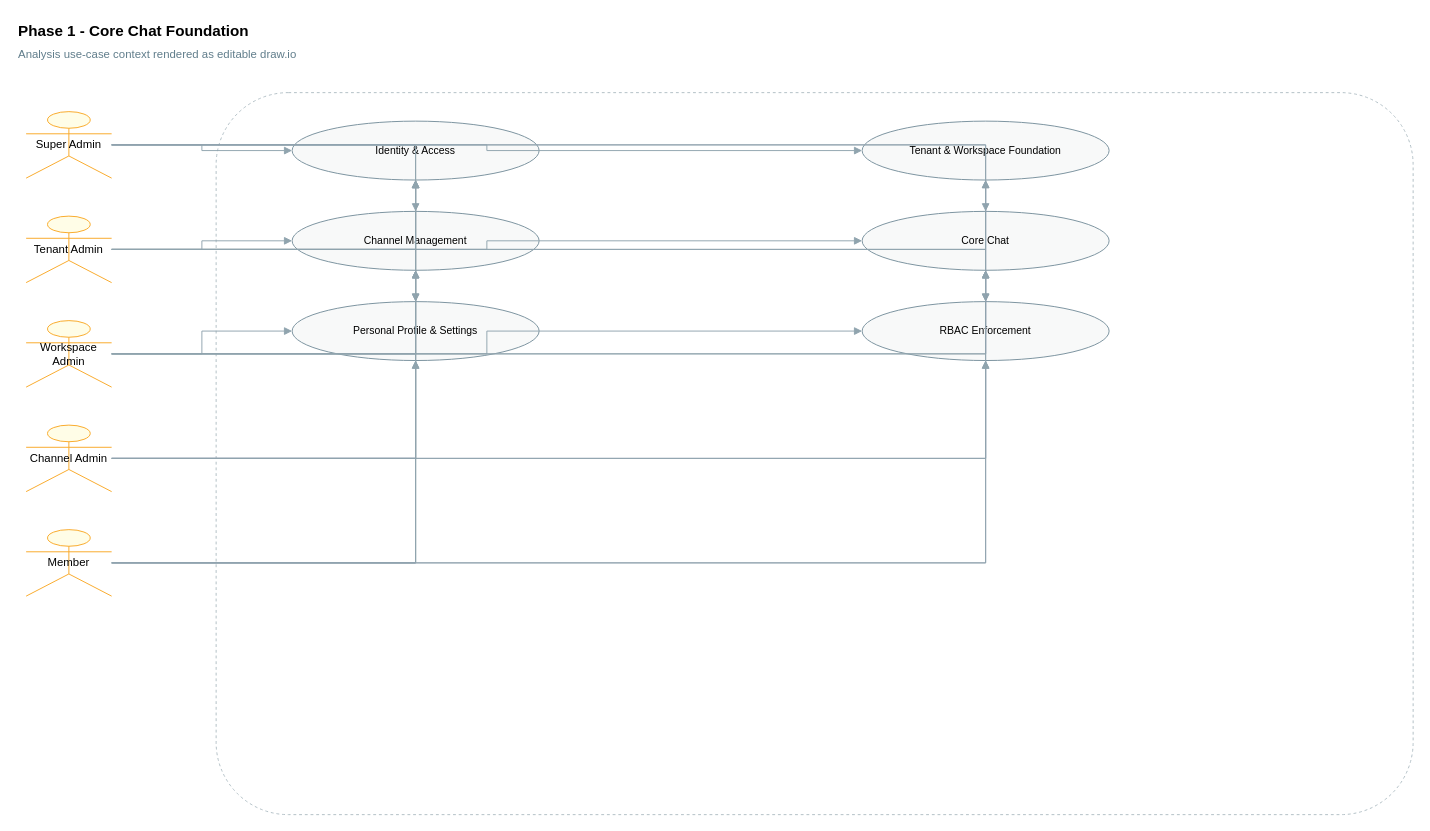
This is docs/analysis/usecase/00_context.drawio from NFMU/app-design, a draw.io file, before an edit. Source tidied: cells renumbered, new cells numbered last; positions are measured from the earlier drawing's top-left corner, leaving out a move shared by most shapes. Both pictures are drawn from the tidied source at 95%, with x=0, y=0 at pixel (16, 16).
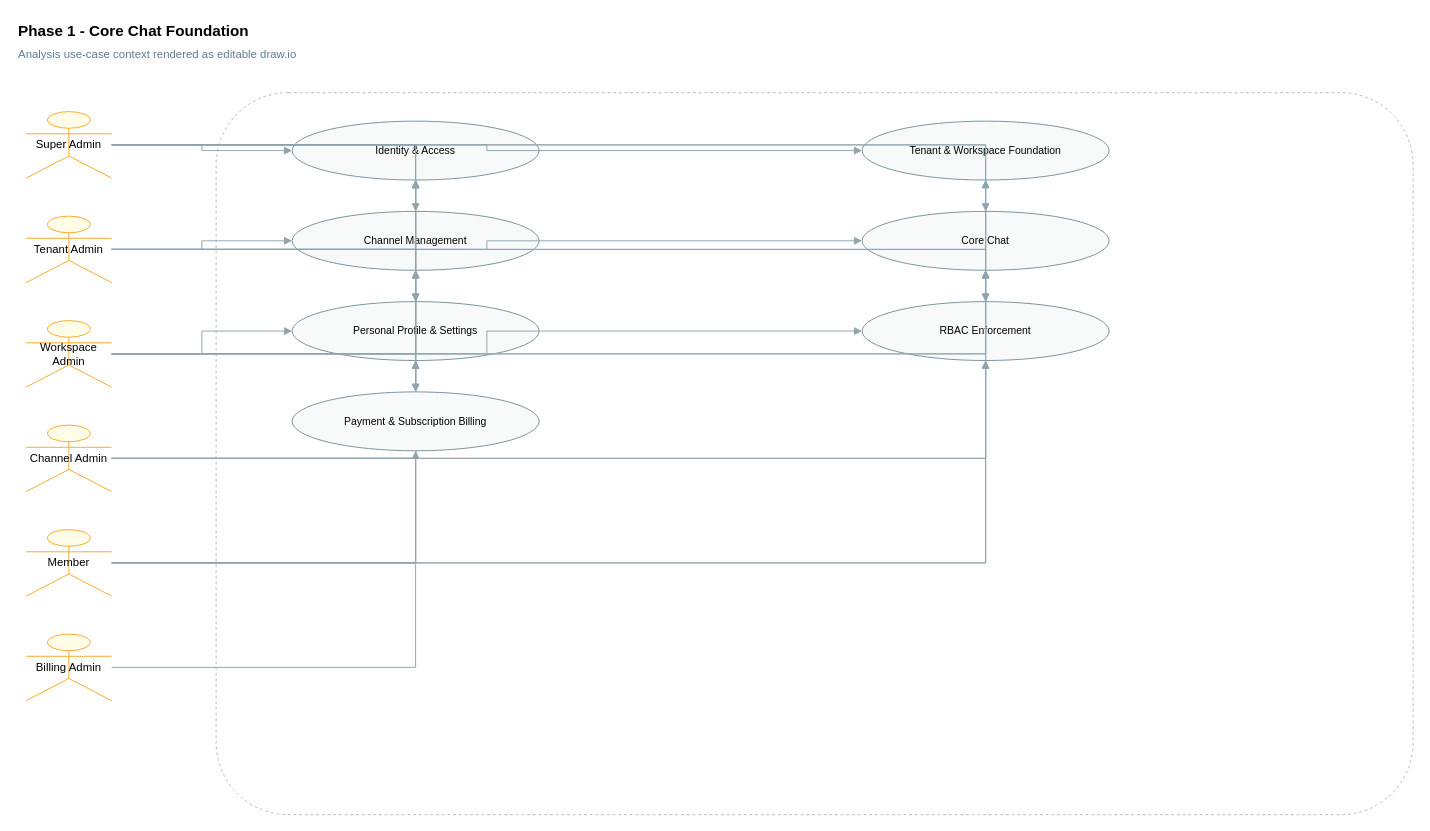
Above is the later version.

The change refers to these unchanged cells:
```xml
<mxCell id="5" value="Super Admin" style="shape=umlActor;whiteSpace=wrap;html=1;strokeColor=#F9A825;fillColor=#FFFDE7;fontSize=12;" parent="1" vertex="1">
  <mxGeometry x="10" y="100" width="90" height="70" as="geometry" />
</mxCell>
<mxCell id="6" value="Tenant Admin" style="shape=umlActor;whiteSpace=wrap;html=1;strokeColor=#F9A825;fillColor=#FFFDE7;fontSize=12;" parent="1" vertex="1">
  <mxGeometry x="10" y="210" width="90" height="70" as="geometry" />
</mxCell>
```

Change to the diagram source:
```diff
@@
+    <mxCell id="44" value="Billing Admin" style="shape=umlActor;whiteSpace=wrap;html=1;strokeColor=#F9A825;fillColor=#FFFDE7;fontSize=12;" parent="1" vertex="1">
+      <mxGeometry x="10" y="650" width="90" height="70" as="geometry" />
+    </mxCell>
+    <mxCell id="45" value="Payment &amp; Subscription Billing" style="ellipse;whiteSpace=wrap;html=1;fillColor=#F8F9F9;strokeColor=#78909C;fontSize=11;" parent="1" vertex="1">
+      <mxGeometry x="290" y="395" width="260" height="62" as="geometry" />
+    </mxCell>
+    <mxCell id="46" style="edgeStyle=orthogonalEdgeStyle;rounded=0;curved=0;jettySize=auto;html=1;strokeColor=#90A4AE;endArrow=block;endFill=1;" parent="1" edge="1" source="5" target="45">
+      <mxGeometry relative="1" as="geometry" />
+    </mxCell>
+    <mxCell id="47" style="edgeStyle=orthogonalEdgeStyle;rounded=0;curved=0;jettySize=auto;html=1;strokeColor=#90A4AE;endArrow=block;endFill=1;" parent="1" edge="1" source="6" target="45">
+      <mxGeometry relative="1" as="geometry" />
+    </mxCell>
+    <mxCell id="48" style="edgeStyle=orthogonalEdgeStyle;rounded=0;curved=0;jettySize=auto;html=1;strokeColor=#90A4AE;endArrow=block;endFill=1;" parent="1" edge="1" source="44" target="45">
+      <mxGeometry relative="1" as="geometry" />
+    </mxCell>
```
